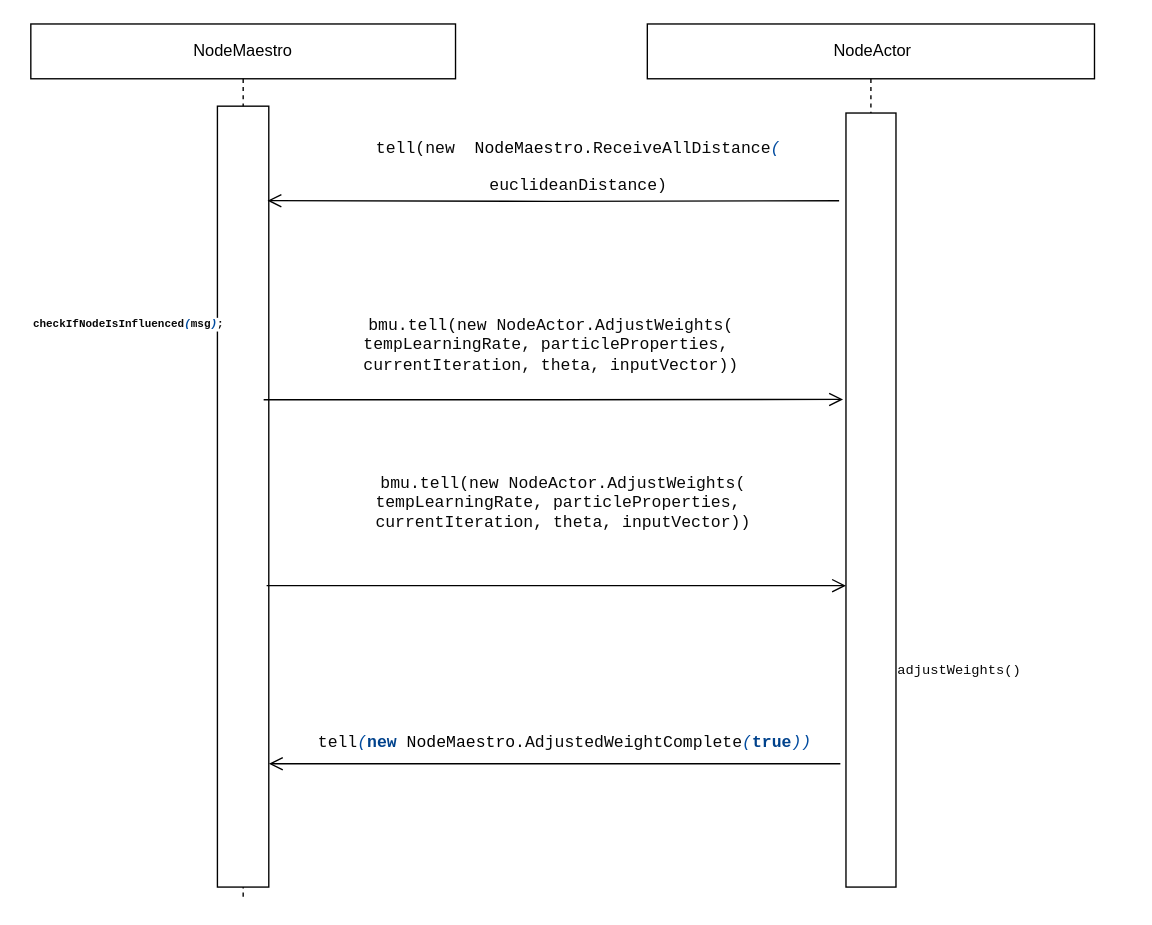
Before: adjustNeighbourhoodInteractionSequenceDiagram.drawio in vanelopethecoder/som-basic, a draw.io diagram. Source tidied: cells renumbered, new cells numbered last; positions are measured from the earlier drawing's top-left corner, leaving out a move shared by most shapes. Both pictures are drawn from the tidied source at 137%, with x=0, y=0 at pixel (30, 23).
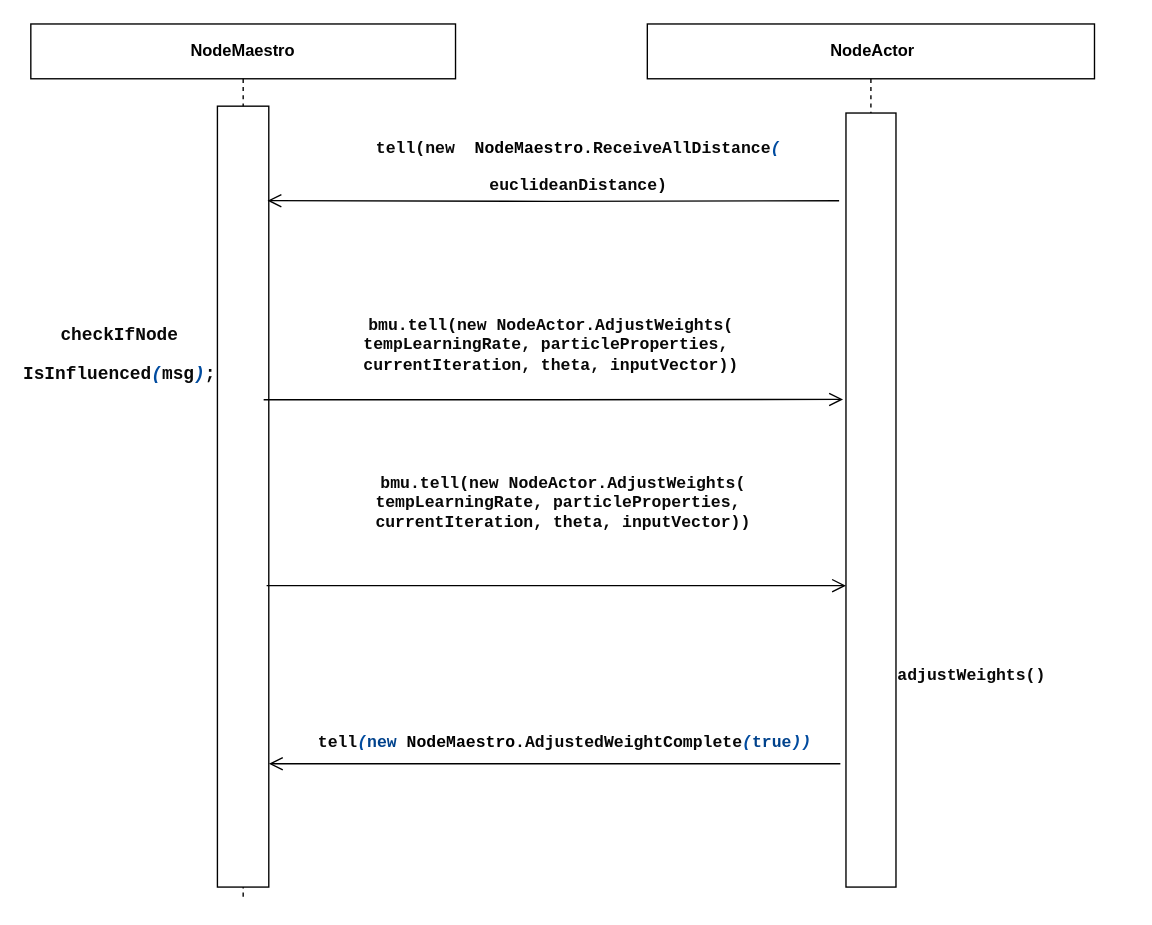
After the change.

Change to the diagram source:
```diff
@@
-    <mxCell id="2" value="NodeMaestro" style="shape=umlLifeline;perimeter=lifelinePerimeter;whiteSpace=wrap;html=1;" parent="1" vertex="1">
+    <mxCell id="2" value="&lt;b&gt;NodeMaestro&lt;/b&gt;" style="shape=umlLifeline;perimeter=lifelinePerimeter;whiteSpace=wrap;html=1;" parent="1" vertex="1">
       <mxGeometry width="310" height="640" as="geometry" />
     </mxCell>
@@
-    <mxCell id="4" value="&lt;pre style=&quot;background-color: rgb(255 , 255 , 255) ; color: rgb(8 , 8 , 8) ; font-family: &amp;#34;droid sans mono dotted&amp;#34; , monospace ; font-size: 8px&quot;&gt;&lt;b&gt;checkIfNodeIsInfluenced&lt;span style=&quot;color: #004b9f ; font-style: italic&quot;&gt;(&lt;/span&gt;msg&lt;span style=&quot;color: #004b9f ; font-style: italic&quot;&gt;)&lt;/span&gt;;&lt;/b&gt;&lt;/pre&gt;" style="text;whiteSpace=wrap;html=1;" parent="2" vertex="1">
-      <mxGeometry y="200" width="90" height="40" as="geometry" />
+    <mxCell id="4" value="&lt;pre style=&quot;background-color: rgb(255 , 255 , 255) ; color: rgb(8 , 8 , 8) ; font-family: &amp;#34;droid sans mono dotted&amp;#34; , monospace ; font-size: 13px&quot;&gt;&lt;b&gt;&lt;font style=&quot;font-size: 13px&quot;&gt;checkIfNode&lt;/font&gt;&lt;/b&gt;&lt;/pre&gt;&lt;pre style=&quot;background-color: rgb(255 , 255 , 255) ; color: rgb(8 , 8 , 8) ; font-family: &amp;#34;droid sans mono dotted&amp;#34; , monospace ; font-size: 13px&quot;&gt;&lt;b&gt;&lt;font style=&quot;font-size: 13px&quot;&gt;IsInfluenced&lt;span style=&quot;color: rgb(0 , 75 , 159) ; font-style: italic&quot;&gt;(&lt;/span&gt;msg&lt;span style=&quot;color: rgb(0 , 75 , 159) ; font-style: italic&quot;&gt;)&lt;/span&gt;;&lt;/font&gt;&lt;/b&gt;&lt;/pre&gt;" style="text;whiteSpace=wrap;html=1;align=center;" parent="2" vertex="1">
+      <mxGeometry x="20" y="200" width="90" height="40" as="geometry" />
     </mxCell>
@@
-    <mxCell id="6" value="&amp;nbsp;NodeActor" style="shape=umlLifeline;perimeter=lifelinePerimeter;whiteSpace=wrap;html=1;" parent="1" vertex="1">
+    <mxCell id="6" value="&lt;b&gt;&amp;nbsp;NodeActor&lt;/b&gt;" style="shape=umlLifeline;perimeter=lifelinePerimeter;whiteSpace=wrap;html=1;" parent="1" vertex="1">
       <mxGeometry x="450" width="326.4" height="630" as="geometry" />
     </mxCell>
@@
-    <mxCell id="8" value="&lt;pre style=&quot;background-color: rgb(255 , 255 , 255) ; color: rgb(8 , 8 , 8) ; font-family: &amp;#34;droid sans mono dotted&amp;#34; , monospace ; font-size: 10px&quot;&gt;adjustWeights()&lt;/pre&gt;" style="text;whiteSpace=wrap;html=1;" parent="6" vertex="1">
+    <mxCell id="8" value="&lt;pre style=&quot;background-color: rgb(255 , 255 , 255) ; color: rgb(8 , 8 , 8) ; font-family: &amp;#34;droid sans mono dotted&amp;#34; , monospace&quot;&gt;&lt;font style=&quot;font-size: 12px&quot;&gt;&lt;b&gt;adjustWeights()&lt;/b&gt;&lt;/font&gt;&lt;/pre&gt;" style="text;whiteSpace=wrap;html=1;" parent="6" vertex="1">
       <mxGeometry x="181.4" y="450" width="170" height="50" as="geometry" />
     </mxCell>
@@
-    <mxCell id="13" value="&lt;pre style=&quot;color: rgb(0 , 0 , 0) ; font-size: 12px ; font-style: normal ; font-weight: 400 ; letter-spacing: normal ; text-align: center ; text-indent: 0px ; text-transform: none ; word-spacing: 0px ; background-color: rgb(255 , 255 , 255)&quot;&gt;&lt;font color=&quot;#080808&quot; face=&quot;jetbrains mono, monospace&quot;&gt;bmu.tell(new NodeActor.AdjustWeights(&lt;br&gt;tempLearningRate, particleProperties, &lt;br&gt;currentIteration, theta, inputVector))&lt;/font&gt;&lt;/pre&gt;" style="text;whiteSpace=wrap;html=1;fontSize=10;" parent="1" vertex="1">
+    <mxCell id="13" value="&lt;pre style=&quot;color: rgb(0 , 0 , 0) ; font-size: 12px ; font-style: normal ; letter-spacing: normal ; text-align: center ; text-indent: 0px ; text-transform: none ; word-spacing: 0px ; background-color: rgb(255 , 255 , 255)&quot;&gt;&lt;font color=&quot;#080808&quot; face=&quot;jetbrains mono, monospace&quot;&gt;&lt;b&gt;bmu.tell(new NodeActor.AdjustWeights(&lt;br&gt;tempLearningRate, particleProperties, &lt;br&gt;currentIteration, theta, inputVector))&lt;/b&gt;&lt;/font&gt;&lt;/pre&gt;" style="text;whiteSpace=wrap;html=1;fontSize=10;" parent="1" vertex="1">
       <mxGeometry x="250" y="310" width="280" height="80" as="geometry" />
     </mxCell>
-    <mxCell id="14" value="&lt;pre style=&quot;background-color: #ffffff ; color: #080808 ; font-family: &amp;#34;jetbrains mono&amp;#34; , monospace ; font-size: 9 8pt&quot;&gt;tell(&lt;span style=&quot;white-space: normal&quot;&gt;new&amp;nbsp;&amp;nbsp;&lt;/span&gt;&lt;span style=&quot;white-space: normal ; font-family: &amp;#34;droid sans mono dotted&amp;#34; , monospace ; color: rgb(0 , 0 , 0)&quot;&gt;NodeMaestro&lt;/span&gt;&lt;span style=&quot;white-space: normal ; font-family: &amp;#34;droid sans mono dotted&amp;#34; , monospace&quot;&gt;.ReceiveAllDistance&lt;/span&gt;&lt;span style=&quot;white-space: normal ; font-family: &amp;#34;droid sans mono dotted&amp;#34; , monospace ; color: rgb(0 , 75 , 159) ; font-style: italic&quot;&gt;(&lt;/span&gt;&lt;/pre&gt;&lt;pre style=&quot;background-color: #ffffff ; color: #080808 ; font-family: &amp;#34;jetbrains mono&amp;#34; , monospace ; font-size: 9 8pt&quot;&gt;&lt;span style=&quot;white-space: normal ; font-family: &amp;#34;droid sans mono dotted&amp;#34; , monospace&quot;&gt;euclideanDistance&lt;/span&gt;&lt;span style=&quot;white-space: normal&quot;&gt;)&lt;/span&gt;&lt;/pre&gt;" style="text;html=1;strokeColor=none;fillColor=none;align=center;verticalAlign=middle;whiteSpace=wrap;rounded=0;" parent="1" vertex="1">
+    <mxCell id="14" value="&lt;pre style=&quot;background-color: #ffffff ; color: #080808 ; font-family: &amp;#34;jetbrains mono&amp;#34; , monospace ; font-size: 9 8pt&quot;&gt;&lt;b&gt;tell(&lt;span style=&quot;white-space: normal&quot;&gt;new&amp;nbsp;&amp;nbsp;&lt;/span&gt;&lt;span style=&quot;white-space: normal ; font-family: &amp;#34;droid sans mono dotted&amp;#34; , monospace ; color: rgb(0 , 0 , 0)&quot;&gt;NodeMaestro&lt;/span&gt;&lt;span style=&quot;white-space: normal ; font-family: &amp;#34;droid sans mono dotted&amp;#34; , monospace&quot;&gt;.ReceiveAllDistance&lt;/span&gt;&lt;span style=&quot;white-space: normal ; font-family: &amp;#34;droid sans mono dotted&amp;#34; , monospace ; color: rgb(0 , 75 , 159) ; font-style: italic&quot;&gt;(&lt;/span&gt;&lt;/b&gt;&lt;/pre&gt;&lt;pre style=&quot;background-color: #ffffff ; color: #080808 ; font-family: &amp;#34;jetbrains mono&amp;#34; , monospace ; font-size: 9 8pt&quot;&gt;&lt;b&gt;&lt;span style=&quot;white-space: normal ; font-family: &amp;#34;droid sans mono dotted&amp;#34; , monospace&quot;&gt;euclideanDistance&lt;/span&gt;&lt;span style=&quot;white-space: normal&quot;&gt;)&lt;/span&gt;&lt;/b&gt;&lt;/pre&gt;" style="text;html=1;strokeColor=none;fillColor=none;align=center;verticalAlign=middle;whiteSpace=wrap;rounded=0;" parent="1" vertex="1">
       <mxGeometry x="270" y="90" width="260" height="30" as="geometry" />
     </mxCell>
-    <mxCell id="15" value="&lt;pre style=&quot;background-color: rgb(255 , 255 , 255)&quot;&gt;&lt;font color=&quot;#080808&quot; face=&quot;jetbrains mono, monospace&quot;&gt;bmu.tell(new NodeActor.AdjustWeights(&lt;br/&gt;tempLearningRate, particleProperties, &lt;br/&gt;currentIteration, theta, inputVector))&lt;br&gt;&lt;/font&gt;&lt;/pre&gt;" style="text;html=1;strokeColor=none;fillColor=none;align=center;verticalAlign=middle;whiteSpace=wrap;rounded=0;" parent="1" vertex="1">
+    <mxCell id="15" value="&lt;pre style=&quot;background-color: rgb(255 , 255 , 255)&quot;&gt;&lt;font color=&quot;#080808&quot; face=&quot;jetbrains mono, monospace&quot;&gt;&lt;b&gt;bmu.tell(new NodeActor.AdjustWeights(&lt;br&gt;tempLearningRate, particleProperties, &lt;br&gt;currentIteration, theta, inputVector))&lt;/b&gt;&lt;br&gt;&lt;/font&gt;&lt;/pre&gt;" style="text;html=1;strokeColor=none;fillColor=none;align=center;verticalAlign=middle;whiteSpace=wrap;rounded=0;" parent="1" vertex="1">
       <mxGeometry x="250" y="220" width="260" height="30" as="geometry" />
     </mxCell>
-    <mxCell id="16" value="&lt;pre style=&quot;background-color: #ffffff ; color: #080808 ; font-family: &amp;#34;jetbrains mono&amp;#34; , monospace ; font-size: 9 8pt&quot;&gt;&lt;pre style=&quot;font-family: &amp;#34;droid sans mono dotted&amp;#34; , monospace&quot;&gt;tell&lt;span style=&quot;color: #004b9f ; font-style: italic&quot;&gt;(&lt;/span&gt;&lt;span style=&quot;color: #00428c ; font-weight: bold&quot;&gt;new &lt;/span&gt;&lt;span style=&quot;color: #000000&quot;&gt;NodeMaestro&lt;/span&gt;.AdjustedWeightComplete&lt;span style=&quot;color: #004b9f ; font-style: italic&quot;&gt;(&lt;/span&gt;&lt;span style=&quot;color: #00428c ; font-weight: bold&quot;&gt;true&lt;/span&gt;&lt;span style=&quot;color: #004b9f ; font-style: italic&quot;&gt;))&lt;/span&gt;&lt;/pre&gt;&lt;/pre&gt;" style="text;html=1;strokeColor=none;fillColor=none;align=center;verticalAlign=middle;whiteSpace=wrap;rounded=0;" parent="1" vertex="1">
+    <mxCell id="16" value="&lt;pre style=&quot;background-color: #ffffff ; color: #080808 ; font-family: &amp;#34;jetbrains mono&amp;#34; , monospace ; font-size: 9 8pt&quot;&gt;&lt;pre style=&quot;font-family: &amp;#34;droid sans mono dotted&amp;#34; , monospace&quot;&gt;&lt;b&gt;tell&lt;span style=&quot;color: #004b9f ; font-style: italic&quot;&gt;(&lt;/span&gt;&lt;span style=&quot;color: rgb(0 , 66 , 140)&quot;&gt;new &lt;/span&gt;&lt;span style=&quot;color: #000000&quot;&gt;NodeMaestro&lt;/span&gt;.AdjustedWeightComplete&lt;span style=&quot;color: #004b9f ; font-style: italic&quot;&gt;(&lt;/span&gt;&lt;span style=&quot;color: rgb(0 , 66 , 140)&quot;&gt;true&lt;/span&gt;&lt;span style=&quot;color: #004b9f ; font-style: italic&quot;&gt;))&lt;/span&gt;&lt;/b&gt;&lt;/pre&gt;&lt;/pre&gt;" style="text;html=1;strokeColor=none;fillColor=none;align=center;verticalAlign=middle;whiteSpace=wrap;rounded=0;" parent="1" vertex="1">
       <mxGeometry x="260" y="510" width="260" height="30" as="geometry" />
     </mxCell>
```
